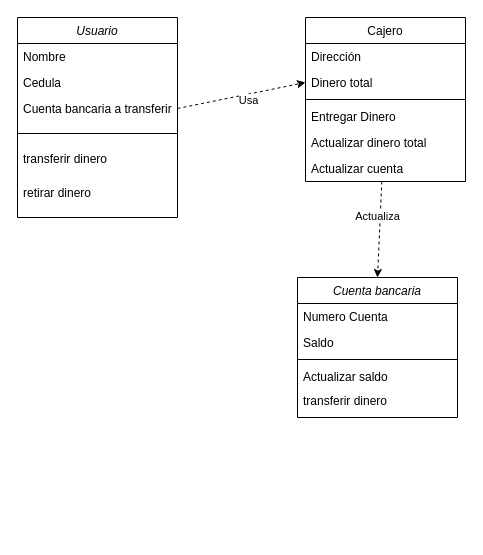
matleonr/shop keeps this draw.io diagram as Untitled Diagram.drawio. Above is the earlier version. Source tidied: cells renumbered, new cells numbered last; positions are measured from the earlier drawing's top-left corner, leaving out a move shared by most shapes. Both pictures are drawn from the tidied source at 100%, with x=0, y=0 at pixel (17, 17).
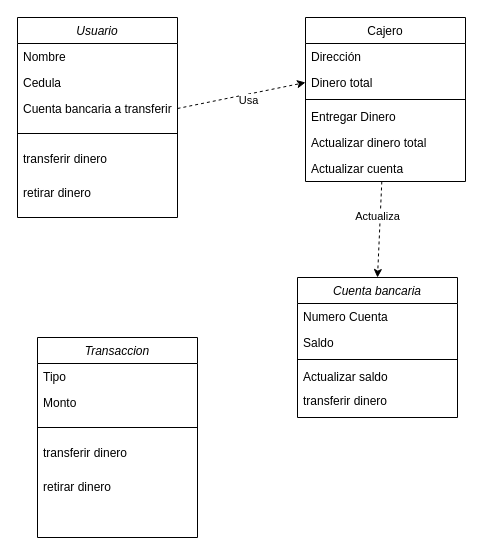
The same diagram, later.

The edit, as a diff of the source:
```diff
@@
+    <mxCell id="26" value="Transaccion" style="swimlane;fontStyle=2;align=center;verticalAlign=top;horizontal=1;startSize=26;rounded=0;shadow=0;strokeWidth=1;" parent="1" vertex="1">
+      <mxGeometry x="20" y="320" width="160" height="200" as="geometry" />
+    </mxCell>
+    <mxCell id="27" value="Tipo" style="text;align=left;verticalAlign=top;spacingLeft=4;spacingRight=4;overflow=hidden;" parent="26" vertex="1">
+      <mxGeometry y="26" width="160" height="26" as="geometry" />
+    </mxCell>
+    <mxCell id="28" value="Monto" style="text;align=left;verticalAlign=top;spacingLeft=4;spacingRight=4;overflow=hidden;rounded=0;shadow=0;html=0;" parent="26" vertex="1">
+      <mxGeometry y="52" width="160" height="26" as="geometry" />
+    </mxCell>
+    <mxCell id="29" style="line;html=1;strokeWidth=1;align=left;verticalAlign=middle;spacingTop=-1;spacingLeft=3;spacingRight=3;labelPosition=right;" parent="26" vertex="1">
+      <mxGeometry y="78" width="160" height="24" as="geometry" />
+    </mxCell>
+    <mxCell id="30" value="transferir dinero" style="text;align=left;verticalAlign=top;spacingLeft=4;spacingRight=4;overflow=hidden;" parent="26" vertex="1">
+      <mxGeometry y="102" width="160" height="34" as="geometry" />
+    </mxCell>
+    <mxCell id="31" value="retirar dinero" style="text;align=left;verticalAlign=top;spacingLeft=4;spacingRight=4;overflow=hidden;" parent="26" vertex="1">
+      <mxGeometry y="136" width="160" height="24" as="geometry" />
+    </mxCell>
```
